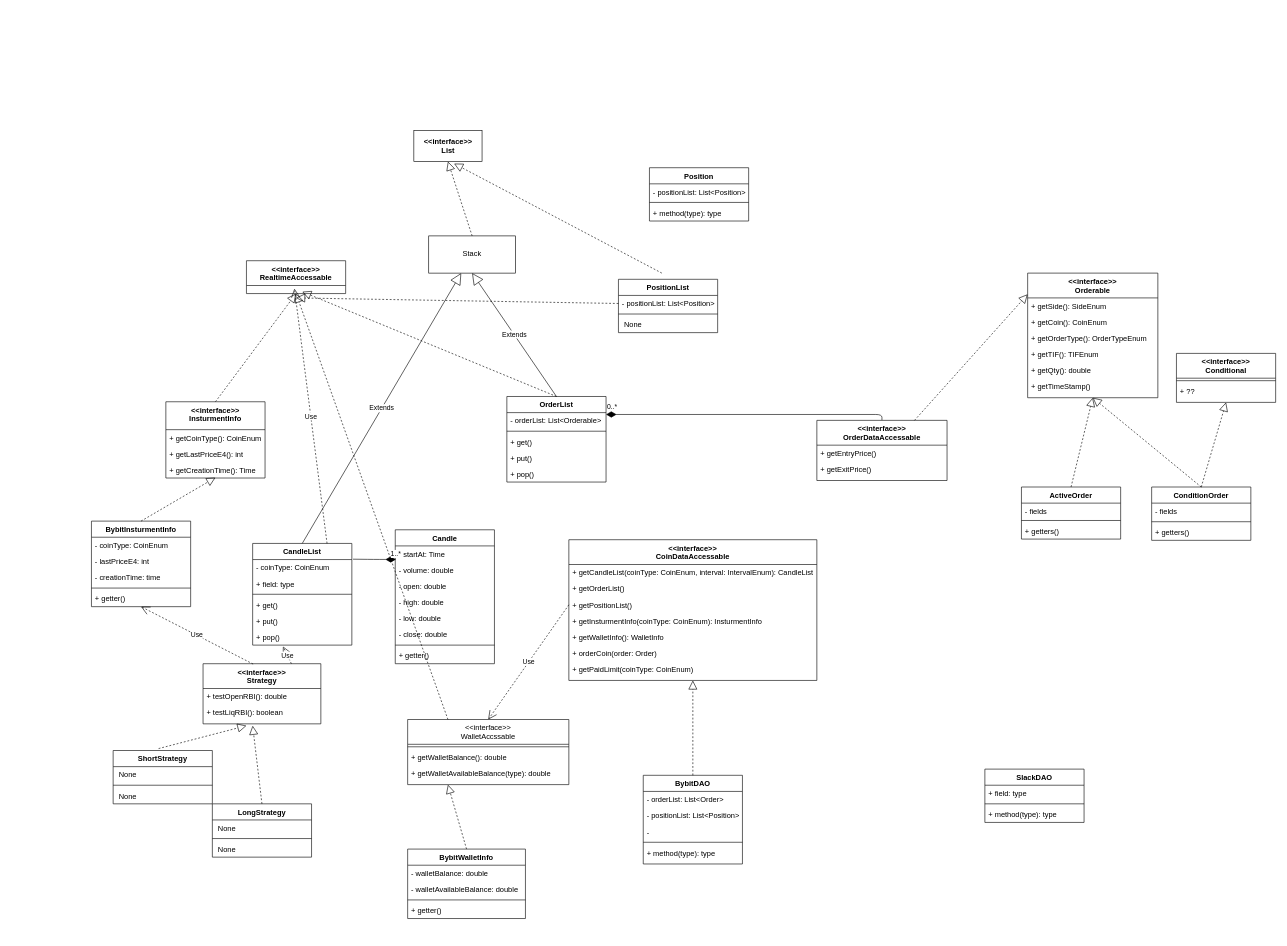
Above: page "페이지-1" (1 of 2) of class diagram.drawio in beannsofts-limited/TENOK_COIN_PROJECT-1 (draw.io), before the change. Source tidied: cells renumbered, new cells numbered last; positions are measured from the earlier drawing's top-left corner, leaving out a move shared by most shapes. Both pictures are drawn from the tidied source at 62%, with x=0, y=0 at pixel (91, 130).
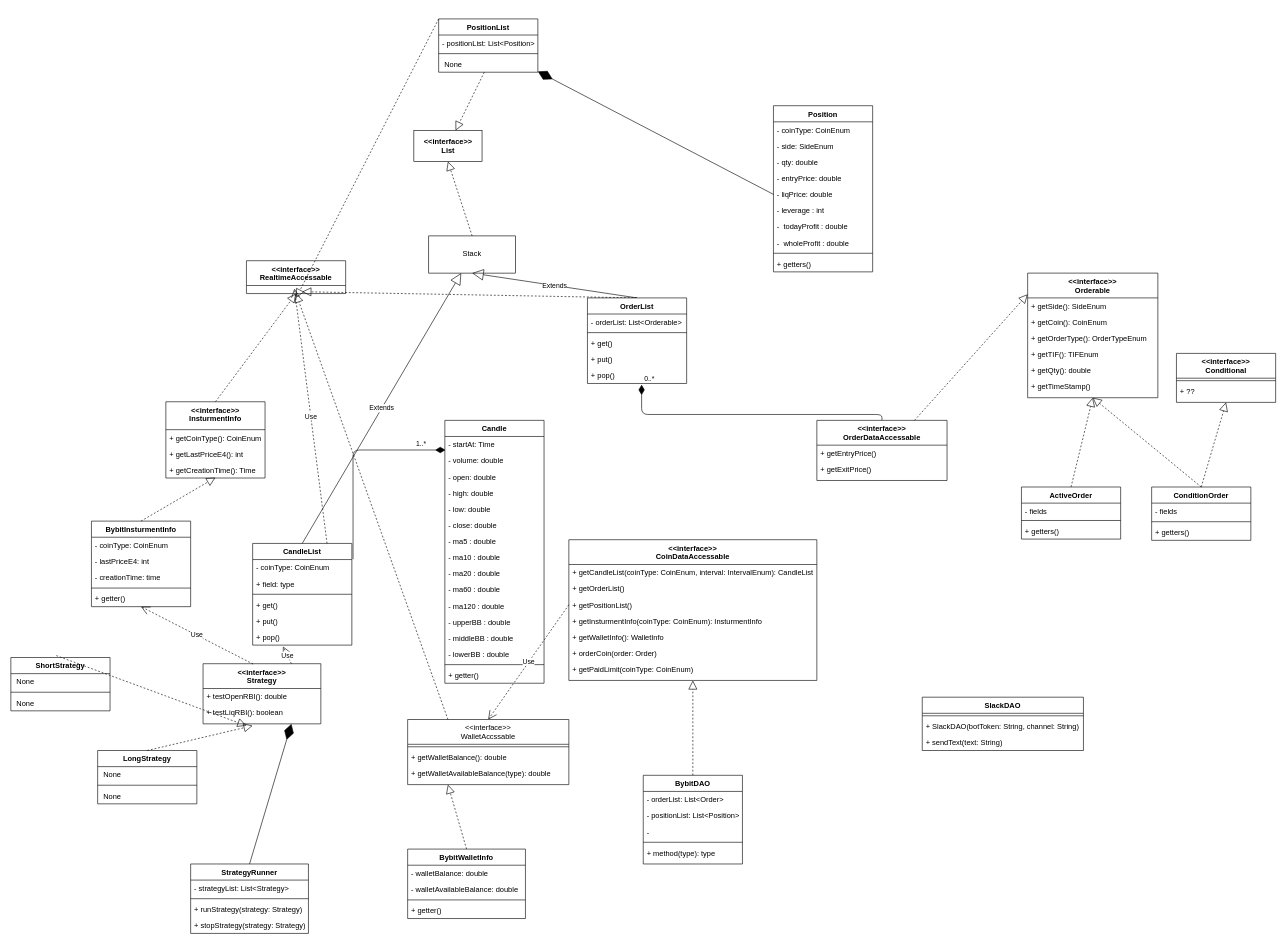
The same diagram, later.

Unchanged cells that the change refers to:
```xml
<mxCell id="2" value="&lt;&lt;interface&gt;&gt;&#10;Strategy" style="swimlane;fontStyle=1;align=center;verticalAlign=top;horizontal=1;startSize=40;" parent="1" vertex="1">
  <mxGeometry x="180" y="860" width="190" height="97" as="geometry" />
</mxCell>
<mxCell id="74" value="&lt;b&gt;&amp;lt;&amp;lt;interface&amp;gt;&amp;gt;&lt;br&gt;List&lt;/b&gt;" style="html=1;" parent="1" vertex="1">
  <mxGeometry x="520" width="110" height="50" as="geometry" />
</mxCell>
<mxCell id="113" value="&lt;&lt;interface&gt;&gt;&#10;OrderDataAccessable" style="swimlane;fontStyle=1;align=center;verticalAlign=top;horizontal=1;startSize=40;" parent="1" vertex="1">
  <mxGeometry x="1170" y="467.5" width="210" height="97" as="geometry" />
</mxCell>
<mxCell id="118" value="- positionList: List&lt;Position&gt;" style="text;strokeColor=none;fillColor=none;align=left;verticalAlign=top;spacingLeft=4;spacingRight=4;overflow=hidden;points=[[0,0.5],[1,0.5]];portConstraint=eastwest;" parent="117" vertex="1">
  <mxGeometry y="26" width="160" height="26" as="geometry" />
</mxCell>
<mxCell id="120" value=" None" style="text;strokeColor=none;fillColor=none;align=left;verticalAlign=top;spacingLeft=4;spacingRight=4;overflow=hidden;points=[[0,0.5],[1,0.5]];portConstraint=eastwest;" parent="117" vertex="1">
  <mxGeometry y="60" width="160" height="26" as="geometry" />
</mxCell>
```

What changed in the source:
```diff
@@
     <mxCell id="18" value="SlackDAO" style="swimlane;fontStyle=1;align=center;verticalAlign=top;horizontal=1;startSize=26;" parent="1" vertex="1">
-      <mxGeometry x="1441" y="1030" width="160" height="86" as="geometry" />
+      <mxGeometry x="1340" y="914" width="260" height="86" as="geometry" />
     </mxCell>
-    <mxCell id="19" value="+ field: type" style="text;strokeColor=none;fillColor=none;align=left;verticalAlign=top;spacingLeft=4;spacingRight=4;overflow=hidden;" parent="18" vertex="1">
-      <mxGeometry y="26" width="160" height="26" as="geometry" />
-    </mxCell>
     <mxCell id="20" style="line;strokeWidth=1;fillColor=none;align=left;verticalAlign=middle;spacingTop=-1;spacingLeft=3;spacingRight=3;labelPosition=right;" parent="18" vertex="1">
-      <mxGeometry y="52" width="160" height="8" as="geometry" />
+      <mxGeometry y="26" width="260" height="8" as="geometry" />
     </mxCell>
-    <mxCell id="21" value="+ method(type): type" style="text;strokeColor=none;fillColor=none;align=left;verticalAlign=top;spacingLeft=4;spacingRight=4;overflow=hidden;" parent="18" vertex="1">
-      <mxGeometry y="60" width="160" height="26" as="geometry" />
+    <mxCell id="21" value="+ SlackDAO(botToken: String, channel: String)" style="text;strokeColor=none;fillColor=none;align=left;verticalAlign=top;spacingLeft=4;spacingRight=4;overflow=hidden;" parent="18" vertex="1">
+      <mxGeometry y="34" width="260" height="26" as="geometry" />
     </mxCell>
+    <mxCell id="127" value="+ sendText(text: String)" style="text;strokeColor=none;fillColor=none;align=left;verticalAlign=top;spacingLeft=4;spacingRight=4;overflow=hidden;" parent="18" vertex="1">
+      <mxGeometry y="60" width="260" height="26" as="geometry" />
+    </mxCell>
@@
     <mxCell id="65" value="Candle" style="swimlane;fontStyle=1;align=center;verticalAlign=top;horizontal=1;startSize=26;" parent="1" vertex="1">
-      <mxGeometry x="490" y="644" width="160" height="216" as="geometry" />
+      <mxGeometry x="570" y="467.5" width="160" height="424" as="geometry" />
     </mxCell>
@@
+    <mxCell id="128" value="- ma5 : double" style="text;strokeColor=none;fillColor=none;align=left;verticalAlign=top;spacingLeft=4;spacingRight=4;overflow=hidden;" parent="65" vertex="1">
+      <mxGeometry y="182" width="160" height="26" as="geometry" />
+    </mxCell>
+    <mxCell id="129" value="- ma10 : double" style="text;strokeColor=none;fillColor=none;align=left;verticalAlign=top;spacingLeft=4;spacingRight=4;overflow=hidden;" parent="65" vertex="1">
+      <mxGeometry y="208" width="160" height="26" as="geometry" />
+    </mxCell>
+    <mxCell id="130" value="- ma20 : double" style="text;strokeColor=none;fillColor=none;align=left;verticalAlign=top;spacingLeft=4;spacingRight=4;overflow=hidden;" parent="65" vertex="1">
+      <mxGeometry y="234" width="160" height="26" as="geometry" />
+    </mxCell>
+    <mxCell id="131" value="- ma60 : double" style="text;strokeColor=none;fillColor=none;align=left;verticalAlign=top;spacingLeft=4;spacingRight=4;overflow=hidden;" parent="65" vertex="1">
+      <mxGeometry y="260" width="160" height="26" as="geometry" />
+    </mxCell>
+    <mxCell id="132" value="- ma120 : double" style="text;strokeColor=none;fillColor=none;align=left;verticalAlign=top;spacingLeft=4;spacingRight=4;overflow=hidden;" parent="65" vertex="1">
+      <mxGeometry y="286" width="160" height="26" as="geometry" />
+    </mxCell>
+    <mxCell id="133" value="- upperBB : double" style="text;strokeColor=none;fillColor=none;align=left;verticalAlign=top;spacingLeft=4;spacingRight=4;overflow=hidden;" parent="65" vertex="1">
+      <mxGeometry y="312" width="160" height="26" as="geometry" />
+    </mxCell>
+    <mxCell id="134" value="- middleBB : double" style="text;strokeColor=none;fillColor=none;align=left;verticalAlign=top;spacingLeft=4;spacingRight=4;overflow=hidden;" parent="65" vertex="1">
+      <mxGeometry y="338" width="160" height="26" as="geometry" />
+    </mxCell>
+    <mxCell id="135" value="- lowerBB : double" style="text;strokeColor=none;fillColor=none;align=left;verticalAlign=top;spacingLeft=4;spacingRight=4;overflow=hidden;" parent="65" vertex="1">
+      <mxGeometry y="364" width="160" height="26" as="geometry" />
+    </mxCell>
     <mxCell id="72" style="line;strokeWidth=1;fillColor=none;align=left;verticalAlign=middle;spacingTop=-1;spacingLeft=3;spacingRight=3;labelPosition=right;" parent="65" vertex="1">
-      <mxGeometry y="182" width="160" height="8" as="geometry" />
+      <mxGeometry y="390" width="160" height="8" as="geometry" />
     </mxCell>
-    <mxCell id="73" value="+ getter()" style="text;strokeColor=none;fillColor=none;align=left;verticalAlign=top;spacingLeft=4;spacingRight=4;overflow=hidden;" parent="65" vertex="1">
-      <mxGeometry y="190" width="160" height="26" as="geometry" />
+    <mxCell id="73" value="+ getter()&#10;" style="text;strokeColor=none;fillColor=none;align=left;verticalAlign=top;spacingLeft=4;spacingRight=4;overflow=hidden;" parent="65" vertex="1">
+      <mxGeometry y="398" width="160" height="26" as="geometry" />
     </mxCell>
@@
-    <mxCell id="75" value="OrderList" style="swimlane;fontStyle=1;align=center;verticalAlign=top;horizontal=1;startSize=26;" parent="1" vertex="1">
-      <mxGeometry x="670" y="429" width="160" height="138" as="geometry" />
-    </mxCell>
-    <mxCell id="76" value="- orderList: List&lt;Orderable&gt;" style="text;strokeColor=none;fillColor=none;align=left;verticalAlign=top;spacingLeft=4;spacingRight=4;overflow=hidden;points=[[0,0.5],[1,0.5]];portConstraint=eastwest;" parent="75" vertex="1">
-      <mxGeometry y="26" width="160" height="26" as="geometry" />
-    </mxCell>
-    <mxCell id="77" style="line;strokeWidth=1;fillColor=none;align=left;verticalAlign=middle;spacingTop=-1;spacingLeft=3;spacingRight=3;labelPosition=right;" parent="75" vertex="1">
-      <mxGeometry y="52" width="160" height="8" as="geometry" />
-    </mxCell>
-    <mxCell id="78" value="+ get()" style="text;strokeColor=none;fillColor=none;align=left;verticalAlign=top;spacingLeft=4;spacingRight=4;overflow=hidden;" parent="75" vertex="1">
-      <mxGeometry y="60" width="160" height="26" as="geometry" />
-    </mxCell>
-    <mxCell id="79" value="+ put()" style="text;strokeColor=none;fillColor=none;align=left;verticalAlign=top;spacingLeft=4;spacingRight=4;overflow=hidden;" parent="75" vertex="1">
-      <mxGeometry y="86" width="160" height="26" as="geometry" />
-    </mxCell>
-    <mxCell id="80" value="+ pop()" style="text;strokeColor=none;fillColor=none;align=left;verticalAlign=top;spacingLeft=4;spacingRight=4;overflow=hidden;points=[[0,0.5],[1,0.5]];portConstraint=eastwest;" parent="75" vertex="1">
-      <mxGeometry y="112" width="160" height="26" as="geometry" />
-    </mxCell>
@@
-    <mxCell id="82" value="0..*" style="endArrow=none;html=1;endSize=12;startArrow=diamondThin;startSize=14;startFill=1;edgeStyle=orthogonalEdgeStyle;align=left;verticalAlign=bottom;endFill=0;entryX=0.5;entryY=0;entryDx=0;entryDy=0;" parent="1" edge="1" source="76" target="113">
+    <mxCell id="82" value="0..*" style="endArrow=none;html=1;endSize=12;startArrow=diamondThin;startSize=14;startFill=1;edgeStyle=orthogonalEdgeStyle;align=left;verticalAlign=bottom;endFill=0;entryX=0.5;entryY=0;entryDx=0;entryDy=0;exitX=0.546;exitY=1.071;exitDx=0;exitDy=0;exitPerimeter=0;" parent="1" edge="1" source="80" target="113">
       <mxGeometry x="-1" y="3" relative="1" as="geometry">
         <Array as="points">
+          <mxPoint x="887" y="458" />
           <mxPoint x="1275" y="458" />
         </Array>
       </mxGeometry>
     </mxCell>
@@
     <mxCell id="103" value="ShortStrategy" style="swimlane;fontStyle=1;align=center;verticalAlign=top;horizontal=1;startSize=26;" parent="1" vertex="1">
-      <mxGeometry x="35" y="1000" width="160" height="86" as="geometry" />
+      <mxGeometry x="-130" y="850" width="160" height="86" as="geometry" />
     </mxCell>
@@
     <mxCell id="107" value="LongStrategy" style="swimlane;fontStyle=1;align=center;verticalAlign=top;horizontal=1;startSize=26;" parent="1" vertex="1">
-      <mxGeometry x="195" y="1086" width="160" height="86" as="geometry" />
+      <mxGeometry x="10" y="1000" width="160" height="86" as="geometry" />
     </mxCell>
@@
     <mxCell id="117" value="PositionList" style="swimlane;fontStyle=1;align=center;verticalAlign=top;horizontal=1;startSize=26;" parent="1" vertex="1">
-      <mxGeometry x="850" y="240" width="160" height="86" as="geometry" />
+      <mxGeometry x="560" y="-180" width="160" height="86" as="geometry" />
     </mxCell>
@@
-    <mxCell id="121" style="endArrow=block;dashed=1;endFill=0;endSize=12;html=1;exitX=0;exitY=0.5;exitDx=0;exitDy=0;" parent="1" edge="1" source="118">
+    <mxCell id="121" style="endArrow=block;dashed=1;endFill=0;endSize=12;html=1;exitX=0;exitY=0;exitDx=0;exitDy=0;" parent="1" edge="1" source="117">
       <mxGeometry relative="1" as="geometry">
         <mxPoint x="330" y="270" as="targetPoint" />
       </mxGeometry>
     </mxCell>
-    <mxCell id="122" style="endArrow=block;dashed=1;endFill=0;endSize=12;html=1;entryX=0.59;entryY=1.067;entryDx=0;entryDy=0;entryPerimeter=0;" parent="1" edge="1" target="74">
-      <mxGeometry relative="1" as="geometry">
-        <mxPoint x="920" y="230" as="sourcePoint" />
-      </mxGeometry>
+    <mxCell id="122" style="endArrow=block;dashed=1;endFill=0;endSize=12;html=1;" parent="1" edge="1" source="120" target="74">
+      <mxGeometry relative="1" as="geometry" />
     </mxCell>
     <mxCell id="123" value="Position" style="swimlane;fontStyle=1;align=center;verticalAlign=top;horizontal=1;startSize=26;" parent="1" vertex="1">
-      <mxGeometry x="900" y="60" width="160" height="86" as="geometry" />
+      <mxGeometry x="1100" y="-40" width="160" height="268" as="geometry" />
     </mxCell>
-    <mxCell id="124" value="- positionList: List&lt;Position&gt;" style="text;strokeColor=none;fillColor=none;align=left;verticalAlign=top;spacingLeft=4;spacingRight=4;overflow=hidden;" parent="123" vertex="1">
-      <mxGeometry y="26" width="160" height="26" as="geometry" />
-    </mxCell>
+    <mxCell id="136" value="- coinType: CoinEnum&#10;" style="text;strokeColor=none;fillColor=none;align=left;verticalAlign=top;spacingLeft=4;spacingRight=4;overflow=hidden;" parent="123" vertex="1">
+      <mxGeometry y="26" width="160" height="26" as="geometry" />
+    </mxCell>
+    <mxCell id="137" value="- side: SideEnum&#10;" style="text;strokeColor=none;fillColor=none;align=left;verticalAlign=top;spacingLeft=4;spacingRight=4;overflow=hidden;" parent="123" vertex="1">
+      <mxGeometry y="52" width="160" height="26" as="geometry" />
+    </mxCell>
+    <mxCell id="138" value="- qty: double&#10;" style="text;strokeColor=none;fillColor=none;align=left;verticalAlign=top;spacingLeft=4;spacingRight=4;overflow=hidden;" parent="123" vertex="1">
+      <mxGeometry y="78" width="160" height="26" as="geometry" />
+    </mxCell>
+    <mxCell id="139" value="- entryPrice: double" style="text;strokeColor=none;fillColor=none;align=left;verticalAlign=top;spacingLeft=4;spacingRight=4;overflow=hidden;" parent="123" vertex="1">
+      <mxGeometry y="104" width="160" height="26" as="geometry" />
+    </mxCell>
+    <mxCell id="140" value="- liqPrice: double&#10;" style="text;strokeColor=none;fillColor=none;align=left;verticalAlign=top;spacingLeft=4;spacingRight=4;overflow=hidden;points=[[0,0.5],[1,0.5]];portConstraint=eastwest;" parent="123" vertex="1">
+      <mxGeometry y="130" width="160" height="26" as="geometry" />
+    </mxCell>
+    <mxCell id="141" value="- leverage : int&#10;" style="text;strokeColor=none;fillColor=none;align=left;verticalAlign=top;spacingLeft=4;spacingRight=4;overflow=hidden;" parent="123" vertex="1">
+      <mxGeometry y="156" width="160" height="26" as="geometry" />
+    </mxCell>
+    <mxCell id="142" value="-  todayProfit : double" style="text;strokeColor=none;fillColor=none;align=left;verticalAlign=top;spacingLeft=4;spacingRight=4;overflow=hidden;" parent="123" vertex="1">
+      <mxGeometry y="182" width="160" height="26" as="geometry" />
+    </mxCell>
+    <mxCell id="143" value="-  wholeProfit : double" style="text;strokeColor=none;fillColor=none;align=left;verticalAlign=top;spacingLeft=4;spacingRight=4;overflow=hidden;" parent="123" vertex="1">
+      <mxGeometry y="208" width="160" height="26" as="geometry" />
+    </mxCell>
     <mxCell id="125" style="line;strokeWidth=1;fillColor=none;align=left;verticalAlign=middle;spacingTop=-1;spacingLeft=3;spacingRight=3;labelPosition=right;" parent="123" vertex="1">
-      <mxGeometry y="52" width="160" height="8" as="geometry" />
+      <mxGeometry y="234" width="160" height="8" as="geometry" />
     </mxCell>
-    <mxCell id="126" value="+ method(type): type" style="text;strokeColor=none;fillColor=none;align=left;verticalAlign=top;spacingLeft=4;spacingRight=4;overflow=hidden;" parent="123" vertex="1">
-      <mxGeometry y="60" width="160" height="26" as="geometry" />
+    <mxCell id="126" value="+ getters()" style="text;strokeColor=none;fillColor=none;align=left;verticalAlign=top;spacingLeft=4;spacingRight=4;overflow=hidden;" parent="123" vertex="1">
+      <mxGeometry y="242" width="160" height="26" as="geometry" />
     </mxCell>
+    <mxCell id="144" style="endArrow=diamondThin;endFill=1;endSize=24;html=1;exitX=0;exitY=0.5;exitDx=0;exitDy=0;" parent="1" edge="1" source="140" target="117">
+      <mxGeometry relative="1" as="geometry" />
+    </mxCell>
+    <mxCell id="145" value="StrategyRunner" style="swimlane;fontStyle=1;align=center;verticalAlign=top;horizontal=1;startSize=26;" parent="1" vertex="1">
+      <mxGeometry x="160" y="1183" width="190" height="112" as="geometry" />
+    </mxCell>
+    <mxCell id="146" value="- strategyList: List&lt;Strategy&gt;" style="text;strokeColor=none;fillColor=none;align=left;verticalAlign=top;spacingLeft=4;spacingRight=4;overflow=hidden;" parent="145" vertex="1">
+      <mxGeometry y="26" width="190" height="26" as="geometry" />
+    </mxCell>
+    <mxCell id="147" style="line;strokeWidth=1;fillColor=none;align=left;verticalAlign=middle;spacingTop=-1;spacingLeft=3;spacingRight=3;labelPosition=right;" parent="145" vertex="1">
+      <mxGeometry y="52" width="190" height="8" as="geometry" />
+    </mxCell>
+    <mxCell id="148" value="+ runStrategy(strategy: Strategy)" style="text;strokeColor=none;fillColor=none;align=left;verticalAlign=top;spacingLeft=4;spacingRight=4;overflow=hidden;" parent="145" vertex="1">
+      <mxGeometry y="60" width="190" height="26" as="geometry" />
+    </mxCell>
+    <mxCell id="149" value="+ stopStrategy(strategy: Strategy)" style="text;strokeColor=none;fillColor=none;align=left;verticalAlign=top;spacingLeft=4;spacingRight=4;overflow=hidden;" parent="145" vertex="1">
+      <mxGeometry y="86" width="190" height="26" as="geometry" />
+    </mxCell>
+    <mxCell id="150" style="endArrow=diamondThin;endFill=1;endSize=24;html=1;exitX=0.5;exitY=0;exitDx=0;exitDy=0;entryX=0.75;entryY=1;entryDx=0;entryDy=0;" parent="1" edge="1" source="145" target="2">
+      <mxGeometry relative="1" as="geometry" />
+    </mxCell>
+    <mxCell id="75" value="OrderList" style="swimlane;fontStyle=1;align=center;verticalAlign=top;horizontal=1;startSize=26;" parent="1" vertex="1">
+      <mxGeometry x="800" y="270" width="160" height="138" as="geometry" />
+    </mxCell>
+    <mxCell id="76" value="- orderList: List&lt;Orderable&gt;" style="text;strokeColor=none;fillColor=none;align=left;verticalAlign=top;spacingLeft=4;spacingRight=4;overflow=hidden;points=[[0,0.5],[1,0.5]];portConstraint=eastwest;" parent="75" vertex="1">
+      <mxGeometry y="26" width="160" height="26" as="geometry" />
+    </mxCell>
+    <mxCell id="77" style="line;strokeWidth=1;fillColor=none;align=left;verticalAlign=middle;spacingTop=-1;spacingLeft=3;spacingRight=3;labelPosition=right;" parent="75" vertex="1">
+      <mxGeometry y="52" width="160" height="8" as="geometry" />
+    </mxCell>
+    <mxCell id="78" value="+ get()" style="text;strokeColor=none;fillColor=none;align=left;verticalAlign=top;spacingLeft=4;spacingRight=4;overflow=hidden;" parent="75" vertex="1">
+      <mxGeometry y="60" width="160" height="26" as="geometry" />
+    </mxCell>
+    <mxCell id="79" value="+ put()" style="text;strokeColor=none;fillColor=none;align=left;verticalAlign=top;spacingLeft=4;spacingRight=4;overflow=hidden;" parent="75" vertex="1">
+      <mxGeometry y="86" width="160" height="26" as="geometry" />
+    </mxCell>
+    <mxCell id="80" value="+ pop()" style="text;strokeColor=none;fillColor=none;align=left;verticalAlign=top;spacingLeft=4;spacingRight=4;overflow=hidden;points=[[0,0.5],[1,0.5]];portConstraint=eastwest;" parent="75" vertex="1">
+      <mxGeometry y="112" width="160" height="26" as="geometry" />
+    </mxCell>
```
